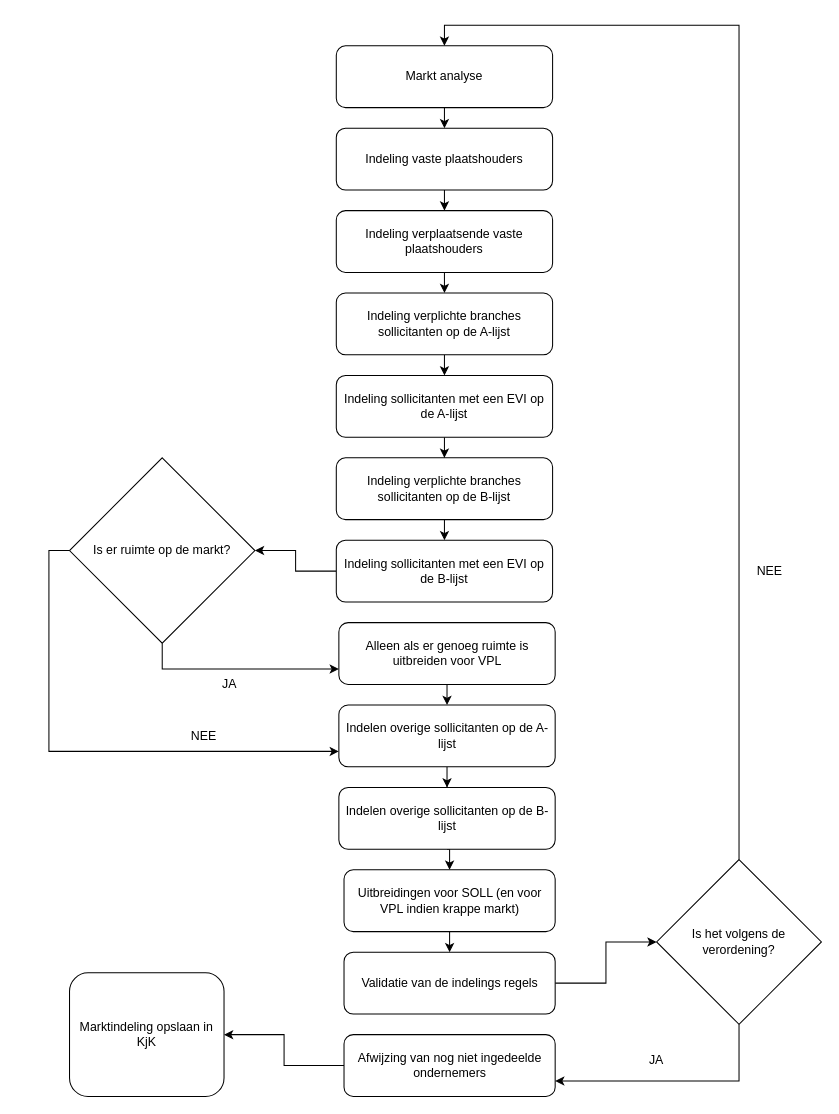
This is diagrams/overzicht.drawio from Amsterdam/makkelijkemarkt-allocation, a draw.io file, before an edit. Source tidied: cells renumbered, new cells numbered last; positions are measured from the earlier drawing's top-left corner, leaving out a move shared by most shapes. Both pictures are drawn from the tidied source at 103%, with x=0, y=0 at pixel (69, 45).
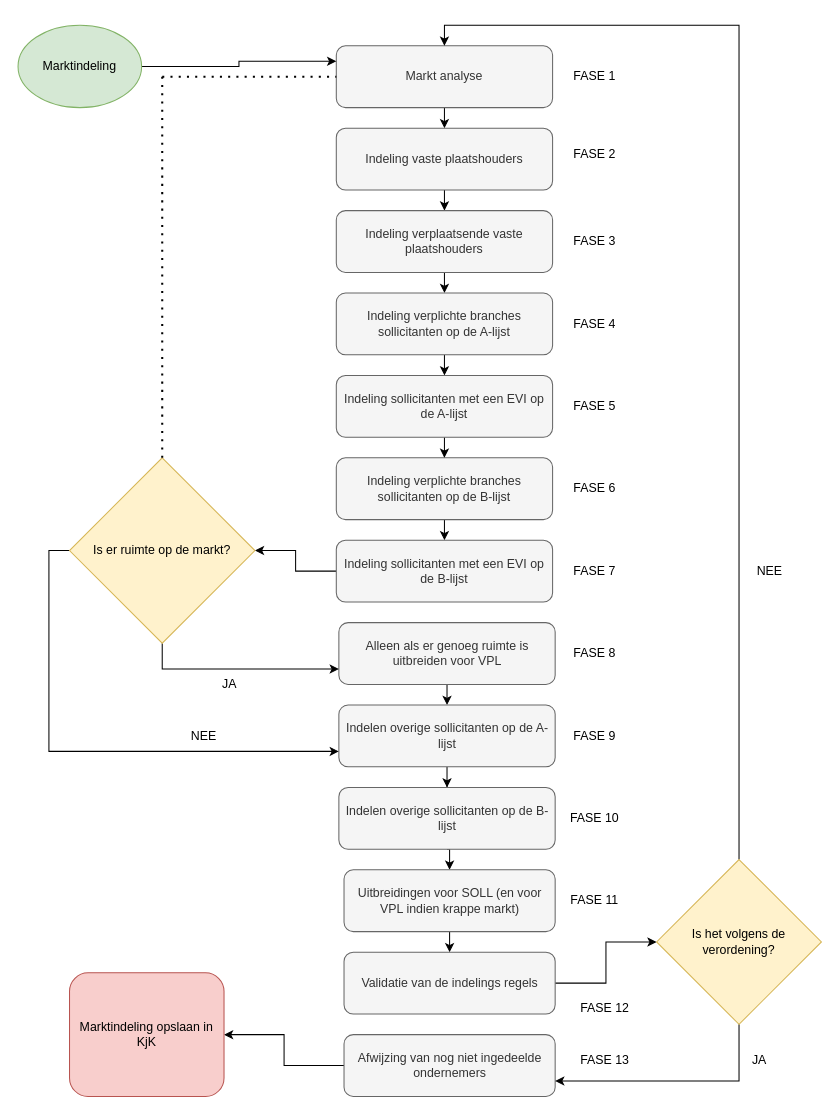
Above is the later version.

Diff of the diagram source:
```diff
@@
-    <mxCell id="3" value="Markt analyse" style="rounded=1;whiteSpace=wrap;html=1;" parent="1" vertex="1">
+    <mxCell id="3" value="Markt analyse" style="rounded=1;whiteSpace=wrap;html=1;fillColor=#f5f5f5;strokeColor=#666666;fontColor=#333333;" parent="1" vertex="1">
       <mxGeometry x="259" width="210" height="60" as="geometry" />
     </mxCell>
@@
-    <mxCell id="5" value="Indeling vaste plaatshouders" style="rounded=1;whiteSpace=wrap;html=1;" parent="1" vertex="1">
+    <mxCell id="5" value="Indeling vaste plaatshouders" style="rounded=1;whiteSpace=wrap;html=1;fillColor=#f5f5f5;strokeColor=#666666;fontColor=#333333;" parent="1" vertex="1">
       <mxGeometry x="259" y="80" width="210" height="60" as="geometry" />
     </mxCell>
@@
-    <mxCell id="7" value="Indeling verplaatsende vaste plaatshouders" style="rounded=1;whiteSpace=wrap;html=1;" parent="1" vertex="1">
+    <mxCell id="7" value="Indeling verplaatsende vaste plaatshouders" style="rounded=1;whiteSpace=wrap;html=1;fillColor=#f5f5f5;strokeColor=#666666;fontColor=#333333;" parent="1" vertex="1">
       <mxGeometry x="259" y="160" width="210" height="60" as="geometry" />
     </mxCell>
@@
-    <mxCell id="9" value="Indeling verplichte branches sollicitanten op de A-lijst" style="rounded=1;whiteSpace=wrap;html=1;" parent="1" vertex="1">
+    <mxCell id="9" value="Indeling verplichte branches sollicitanten op de A-lijst" style="rounded=1;whiteSpace=wrap;html=1;fillColor=#f5f5f5;strokeColor=#666666;fontColor=#333333;" parent="1" vertex="1">
       <mxGeometry x="259" y="240" width="210" height="60" as="geometry" />
     </mxCell>
@@
-    <mxCell id="11" value="Indeling sollicitanten met een EVI op de A-lijst" style="rounded=1;whiteSpace=wrap;html=1;" parent="1" vertex="1">
+    <mxCell id="11" value="Indeling sollicitanten met een EVI op de A-lijst" style="rounded=1;whiteSpace=wrap;html=1;fillColor=#f5f5f5;strokeColor=#666666;fontColor=#333333;" parent="1" vertex="1">
       <mxGeometry x="259" y="320" width="210" height="60" as="geometry" />
     </mxCell>
@@
-    <mxCell id="13" value="Indeling verplichte branches sollicitanten op de B-lijst" style="rounded=1;whiteSpace=wrap;html=1;" parent="1" vertex="1">
+    <mxCell id="13" value="Indeling verplichte branches sollicitanten op de B-lijst" style="rounded=1;whiteSpace=wrap;html=1;fillColor=#f5f5f5;strokeColor=#666666;fontColor=#333333;" parent="1" vertex="1">
       <mxGeometry x="259" y="400" width="210" height="60" as="geometry" />
     </mxCell>
@@
-    <mxCell id="15" value="Indeling sollicitanten met een EVI op de B-lijst" style="rounded=1;whiteSpace=wrap;html=1;" parent="1" vertex="1">
+    <mxCell id="15" value="Indeling sollicitanten met een EVI op de B-lijst" style="rounded=1;whiteSpace=wrap;html=1;fillColor=#f5f5f5;strokeColor=#666666;fontColor=#333333;" parent="1" vertex="1">
       <mxGeometry x="259" y="480" width="210" height="60" as="geometry" />
     </mxCell>
@@
-    <mxCell id="17" value="Alleen als er genoeg ruimte is uitbreiden voor VPL" style="rounded=1;whiteSpace=wrap;html=1;" parent="1" vertex="1">
+    <mxCell id="17" value="Alleen als er genoeg ruimte is uitbreiden voor VPL" style="rounded=1;whiteSpace=wrap;html=1;fillColor=#f5f5f5;strokeColor=#666666;fontColor=#333333;" parent="1" vertex="1">
       <mxGeometry x="261.5" y="560" width="210" height="60" as="geometry" />
     </mxCell>
@@
-    <mxCell id="19" value="Indelen overige sollicitanten op de A-lijst" style="rounded=1;whiteSpace=wrap;html=1;" parent="1" vertex="1">
+    <mxCell id="19" value="Indelen overige sollicitanten op de A-lijst" style="rounded=1;whiteSpace=wrap;html=1;fillColor=#f5f5f5;strokeColor=#666666;fontColor=#333333;" parent="1" vertex="1">
       <mxGeometry x="261.5" y="640" width="210" height="60" as="geometry" />
     </mxCell>
@@
-    <mxCell id="21" value="Indelen overige sollicitanten op de B-lijst" style="rounded=1;whiteSpace=wrap;html=1;" parent="1" vertex="1">
+    <mxCell id="21" value="Indelen overige sollicitanten op de B-lijst" style="rounded=1;whiteSpace=wrap;html=1;fillColor=#f5f5f5;strokeColor=#666666;fontColor=#333333;" parent="1" vertex="1">
       <mxGeometry x="261.5" y="720" width="210" height="60" as="geometry" />
     </mxCell>
@@
-    <mxCell id="23" value="Uitbreidingen voor SOLL (en voor VPL indien krappe markt)" style="rounded=1;whiteSpace=wrap;html=1;" parent="1" vertex="1">
+    <mxCell id="23" value="Uitbreidingen voor SOLL (en voor VPL indien krappe markt)" style="rounded=1;whiteSpace=wrap;html=1;fillColor=#f5f5f5;strokeColor=#666666;fontColor=#333333;" parent="1" vertex="1">
       <mxGeometry x="266.5" y="800" width="205" height="60" as="geometry" />
     </mxCell>
@@
-    <mxCell id="25" value="Validatie van de indelings regels" style="rounded=1;whiteSpace=wrap;html=1;" parent="1" vertex="1">
+    <mxCell id="25" value="Validatie van de indelings regels" style="rounded=1;whiteSpace=wrap;html=1;fillColor=#f5f5f5;strokeColor=#666666;fontColor=#333333;" parent="1" vertex="1">
       <mxGeometry x="266.5" y="880" width="205" height="60" as="geometry" />
     </mxCell>
@@
-    <mxCell id="27" value="Afwijzing van nog niet ingedeelde ondernemers" style="rounded=1;whiteSpace=wrap;html=1;" parent="1" vertex="1">
+    <mxCell id="27" value="Afwijzing van nog niet ingedeelde ondernemers" style="rounded=1;whiteSpace=wrap;html=1;fillColor=#f5f5f5;strokeColor=#666666;fontColor=#333333;" parent="1" vertex="1">
       <mxGeometry x="266.5" y="960" width="205" height="60" as="geometry" />
     </mxCell>
@@
-    <mxCell id="30" value="Is er ruimte op de markt?" style="rhombus;whiteSpace=wrap;html=1;" parent="1" vertex="1">
+    <mxCell id="30" value="Is er ruimte op de markt?" style="rhombus;whiteSpace=wrap;html=1;fillColor=#fff2cc;strokeColor=#d6b656;" parent="1" vertex="1">
       <mxGeometry y="400" width="180" height="180" as="geometry" />
     </mxCell>
@@
-    <mxCell id="35" value="Is het volgens de verordening?" style="rhombus;whiteSpace=wrap;html=1;" parent="1" vertex="1">
+    <mxCell id="35" value="Is het volgens de verordening?" style="rhombus;whiteSpace=wrap;html=1;fillColor=#fff2cc;strokeColor=#d6b656;" parent="1" vertex="1">
       <mxGeometry x="570" y="790" width="160" height="160" as="geometry" />
     </mxCell>
@@
     <mxCell id="37" value="JA" style="text;html=1;strokeColor=none;fillColor=none;align=center;verticalAlign=middle;whiteSpace=wrap;rounded=0;" parent="1" vertex="1">
-      <mxGeometry x="540" y="970" width="60" height="30" as="geometry" />
+      <mxGeometry x="640" y="970" width="60" height="30" as="geometry" />
     </mxCell>
-    <mxCell id="38" value="Marktindeling opslaan in KjK" style="rounded=1;whiteSpace=wrap;html=1;" parent="1" vertex="1">
+    <mxCell id="38" value="Marktindeling opslaan in KjK" style="rounded=1;whiteSpace=wrap;html=1;fillColor=#f8cecc;strokeColor=#b85450;" parent="1" vertex="1">
       <mxGeometry y="900" width="150" height="120" as="geometry" />
     </mxCell>
+    <mxCell id="39" style="endArrow=none;dashed=1;html=1;dashPattern=1 3;strokeWidth=2;rounded=0;entryX=0;entryY=0.5;entryDx=0;entryDy=0;" parent="1" edge="1" target="3">
+      <mxGeometry relative="1" as="geometry">
+        <mxPoint x="90" y="30" as="sourcePoint" />
+      </mxGeometry>
+    </mxCell>
+    <mxCell id="40" style="endArrow=none;dashed=1;html=1;dashPattern=1 3;strokeWidth=2;rounded=0;exitX=0.5;exitY=0;exitDx=0;exitDy=0;" parent="1" edge="1" source="30">
+      <mxGeometry relative="1" as="geometry">
+        <mxPoint x="90" y="30" as="targetPoint" />
+      </mxGeometry>
+    </mxCell>
+    <mxCell id="41" style="edgeStyle=orthogonalEdgeStyle;rounded=0;jettySize=auto;html=1;entryX=0;entryY=0.25;entryDx=0;entryDy=0;" parent="1" edge="1" source="42" target="3">
+      <mxGeometry relative="1" as="geometry" />
+    </mxCell>
+    <mxCell id="42" value="Marktindeling" style="ellipse;whiteSpace=wrap;html=1;fillColor=#d5e8d4;strokeColor=#82b366;" parent="1" vertex="1">
+      <mxGeometry x="-50" y="-20" width="120" height="80" as="geometry" />
+    </mxCell>
+    <mxCell id="43" value="FASE 1" style="text;html=1;strokeColor=none;fillColor=none;align=center;verticalAlign=middle;whiteSpace=wrap;rounded=0;" parent="1" vertex="1">
+      <mxGeometry x="480" y="15" width="60" height="30" as="geometry" />
+    </mxCell>
+    <mxCell id="44" value="FASE 2" style="text;html=1;strokeColor=none;fillColor=none;align=center;verticalAlign=middle;whiteSpace=wrap;rounded=0;" parent="1" vertex="1">
+      <mxGeometry x="480" y="90" width="60" height="30" as="geometry" />
+    </mxCell>
+    <mxCell id="45" value="FASE 3" style="text;html=1;strokeColor=none;fillColor=none;align=center;verticalAlign=middle;whiteSpace=wrap;rounded=0;" parent="1" vertex="1">
+      <mxGeometry x="480" y="175" width="60" height="30" as="geometry" />
+    </mxCell>
+    <mxCell id="46" value="FASE 4" style="text;html=1;strokeColor=none;fillColor=none;align=center;verticalAlign=middle;whiteSpace=wrap;rounded=0;" parent="1" vertex="1">
+      <mxGeometry x="480" y="255" width="60" height="30" as="geometry" />
+    </mxCell>
+    <mxCell id="47" value="FASE 5" style="text;html=1;strokeColor=none;fillColor=none;align=center;verticalAlign=middle;whiteSpace=wrap;rounded=0;" parent="1" vertex="1">
+      <mxGeometry x="480" y="335" width="60" height="30" as="geometry" />
+    </mxCell>
+    <mxCell id="48" value="FASE 6" style="text;html=1;strokeColor=none;fillColor=none;align=center;verticalAlign=middle;whiteSpace=wrap;rounded=0;" parent="1" vertex="1">
+      <mxGeometry x="480" y="415" width="60" height="30" as="geometry" />
+    </mxCell>
+    <mxCell id="49" value="FASE 7" style="text;html=1;strokeColor=none;fillColor=none;align=center;verticalAlign=middle;whiteSpace=wrap;rounded=0;" parent="1" vertex="1">
+      <mxGeometry x="480" y="495" width="60" height="30" as="geometry" />
+    </mxCell>
+    <mxCell id="50" value="FASE 8" style="text;html=1;strokeColor=none;fillColor=none;align=center;verticalAlign=middle;whiteSpace=wrap;rounded=0;" parent="1" vertex="1">
+      <mxGeometry x="480" y="575" width="60" height="30" as="geometry" />
+    </mxCell>
+    <mxCell id="51" value="FASE 9" style="text;html=1;strokeColor=none;fillColor=none;align=center;verticalAlign=middle;whiteSpace=wrap;rounded=0;" parent="1" vertex="1">
+      <mxGeometry x="480" y="655" width="60" height="30" as="geometry" />
+    </mxCell>
+    <mxCell id="52" value="FASE 10" style="text;html=1;strokeColor=none;fillColor=none;align=center;verticalAlign=middle;whiteSpace=wrap;rounded=0;" parent="1" vertex="1">
+      <mxGeometry x="480" y="735" width="60" height="30" as="geometry" />
+    </mxCell>
+    <mxCell id="53" value="FASE 11" style="text;html=1;strokeColor=none;fillColor=none;align=center;verticalAlign=middle;whiteSpace=wrap;rounded=0;" parent="1" vertex="1">
+      <mxGeometry x="480" y="815" width="60" height="30" as="geometry" />
+    </mxCell>
+    <mxCell id="54" value="FASE 12" style="text;html=1;strokeColor=none;fillColor=none;align=center;verticalAlign=middle;whiteSpace=wrap;rounded=0;" parent="1" vertex="1">
+      <mxGeometry x="490" y="920" width="60" height="30" as="geometry" />
+    </mxCell>
+    <mxCell id="55" value="FASE 13" style="text;html=1;strokeColor=none;fillColor=none;align=center;verticalAlign=middle;whiteSpace=wrap;rounded=0;" parent="1" vertex="1">
+      <mxGeometry x="490" y="970" width="60" height="30" as="geometry" />
+    </mxCell>
```
